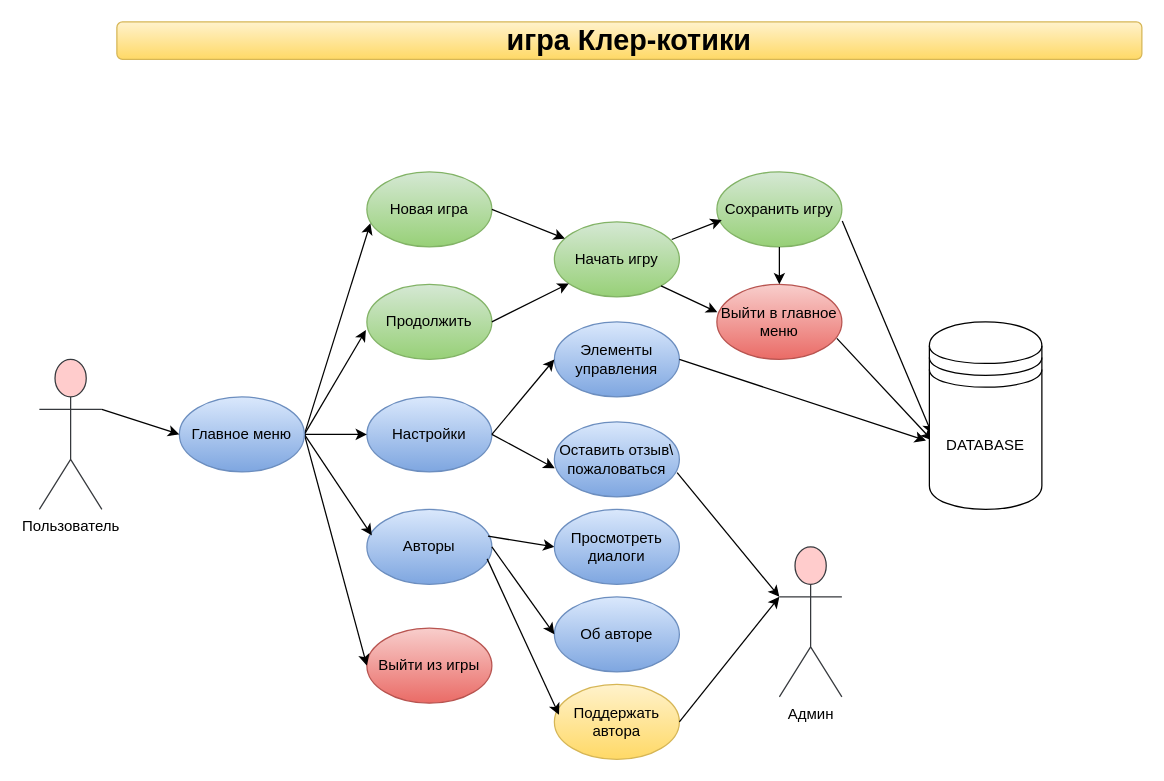
The draw.io diagram Диаграмма без названия.drawio in GOAshi/diplom, before the edit. Source tidied: cells renumbered, new cells numbered last; positions are measured from the earlier drawing's top-left corner, leaving out a move shared by most shapes. Both pictures are drawn from the tidied source at 125%, with x=0, y=0 at pixel (39, 21).
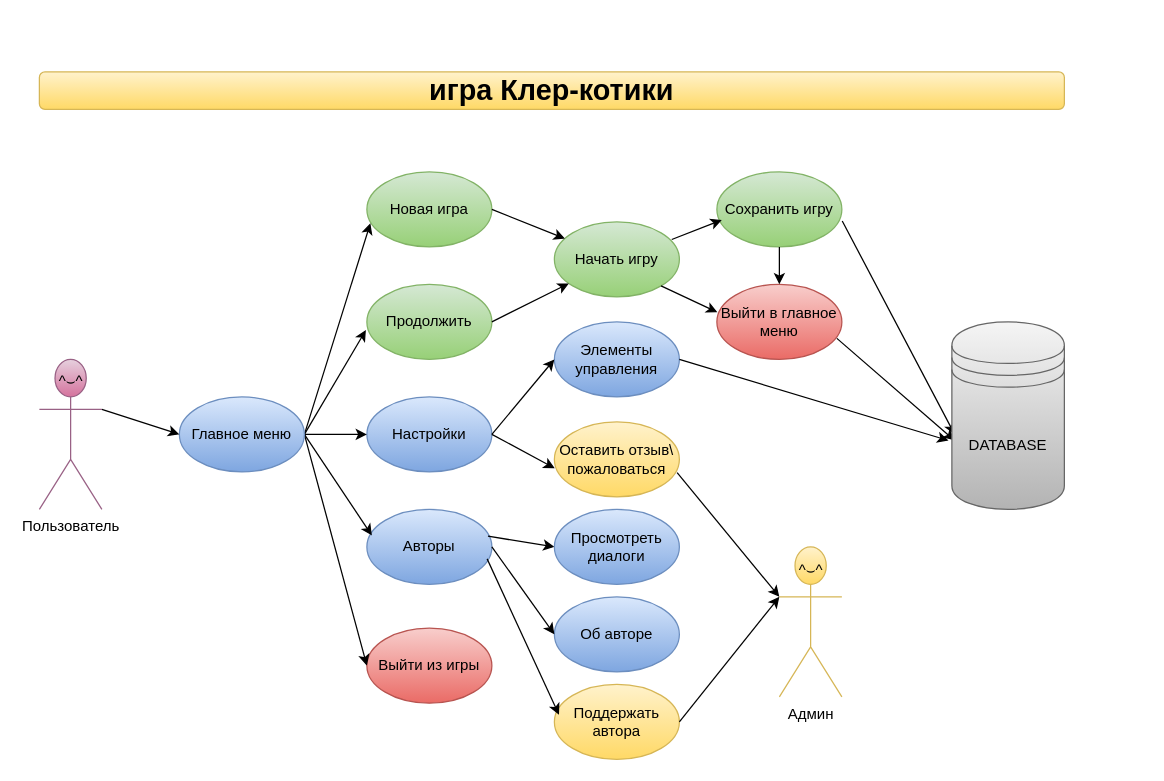
After the change.

The edit, as a diff of the source:
```diff
@@
-    <mxCell id="2" value="Пользователь" style="shape=umlActor;verticalLabelPosition=bottom;verticalAlign=top;html=1;outlineConnect=0;fillColor=#ffcccc;strokeColor=#36393d;" parent="1" vertex="1">
+    <mxCell id="2" value="Пользователь" style="shape=umlActor;verticalLabelPosition=bottom;verticalAlign=top;html=1;outlineConnect=0;fillColor=#e6d0de;strokeColor=#996185;gradientColor=#d5739d;" parent="1" vertex="1">
       <mxGeometry y="270" width="50" height="120" as="geometry" />
     </mxCell>
@@
-    <mxCell id="27" value="Оставить отзыв\&lt;div&gt;пожаловаться&lt;/div&gt;" style="ellipse;whiteSpace=wrap;html=1;fillColor=#dae8fc;gradientColor=#7ea6e0;strokeColor=#6c8ebf;" parent="1" vertex="1">
+    <mxCell id="27" value="Оставить отзыв\&lt;div&gt;пожаловаться&lt;/div&gt;" style="ellipse;whiteSpace=wrap;html=1;fillColor=#fff2cc;gradientColor=#ffd966;strokeColor=#d6b656;" parent="1" vertex="1">
       <mxGeometry x="412" y="320" width="100" height="60" as="geometry" />
     </mxCell>
@@
     <mxCell id="38" value="&lt;b&gt;&lt;font style=&quot;font-size: 23px;&quot;&gt;игра Клер-котики&lt;/font&gt;&lt;/b&gt;" style="rounded=1;whiteSpace=wrap;html=1;fillColor=#fff2cc;strokeColor=#d6b656;gradientColor=#ffd966;" parent="1" vertex="1">
-      <mxGeometry x="62" width="820" height="30" as="geometry" />
+      <mxGeometry y="40" width="820" height="30" as="geometry" />
     </mxCell>
-    <mxCell id="39" value="DATABASE" style="shape=datastore;whiteSpace=wrap;html=1;" parent="1" vertex="1">
-      <mxGeometry x="712" y="240" width="90" height="150" as="geometry" />
+    <mxCell id="39" value="DATABASE" style="shape=datastore;whiteSpace=wrap;html=1;fillColor=#f5f5f5;gradientColor=#b3b3b3;strokeColor=#666666;" parent="1" vertex="1">
+      <mxGeometry x="730" y="240" width="90" height="150" as="geometry" />
     </mxCell>
-    <mxCell id="40" value="Админ" style="shape=umlActor;verticalLabelPosition=bottom;verticalAlign=top;html=1;outlineConnect=0;fillColor=#ffcccc;strokeColor=#36393d;" parent="1" vertex="1">
+    <mxCell id="40" value="Админ" style="shape=umlActor;verticalLabelPosition=bottom;verticalAlign=top;html=1;outlineConnect=0;fillColor=#fff2cc;strokeColor=#d6b656;gradientColor=#ffd966;" parent="1" vertex="1">
       <mxGeometry x="592" y="420" width="50" height="120" as="geometry" />
     </mxCell>
+    <mxCell id="41" value="^⌣^" style="text;html=1;align=center;verticalAlign=middle;strokeColor=none;fillColor=none;" parent="1" vertex="1">
+      <mxGeometry x="5" y="273" width="40" height="30" as="geometry" />
+    </mxCell>
+    <mxCell id="42" value="^⌣^" style="text;html=1;align=center;verticalAlign=middle;strokeColor=none;fillColor=none;" parent="1" vertex="1">
+      <mxGeometry x="597" y="424" width="40" height="30" as="geometry" />
+    </mxCell>
```
